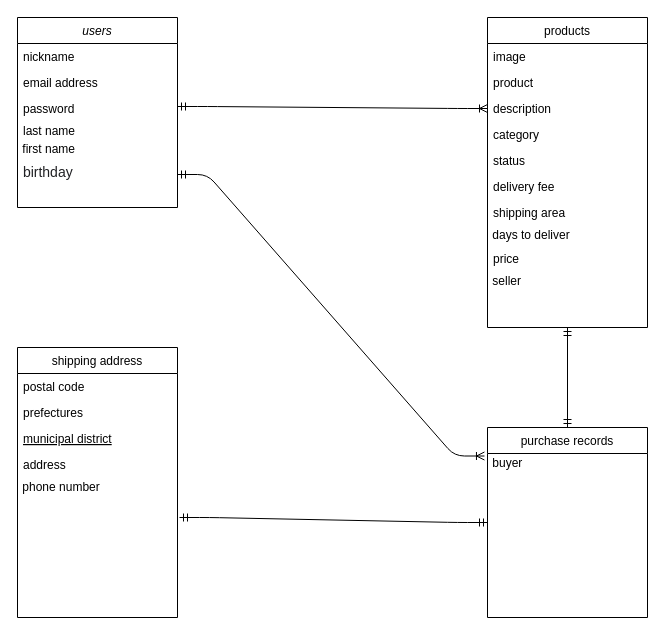
Earlier version of the draw.io diagram furima-34417.dio (orito0929/furima-34417). Source tidied: cells renumbered, new cells numbered last; positions are measured from the earlier drawing's top-left corner, leaving out a move shared by most shapes. Both pictures are drawn from the tidied source at 100%, with x=0, y=0 at pixel (17, 17).
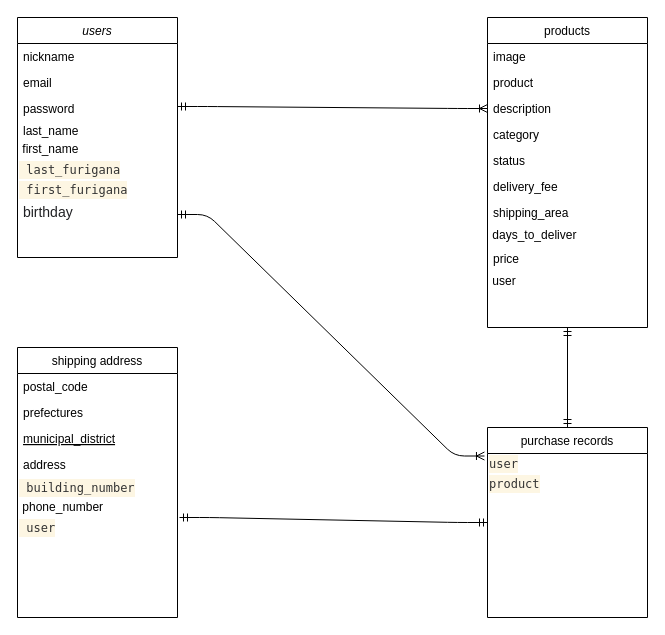
The same diagram, later.

Unchanged cells that the change refers to:
```xml
<mxCell id="10" value="shipping address" style="swimlane;fontStyle=0;align=center;verticalAlign=top;horizontal=1;startSize=26;rounded=0;shadow=0;strokeWidth=1;" parent="1" vertex="1">
  <mxGeometry y="330" width="160" height="270" as="geometry" />
</mxCell>
<mxCell id="16" value="purchase records" style="swimlane;fontStyle=0;align=center;verticalAlign=top;horizontal=1;startSize=26;rounded=0;shadow=0;strokeWidth=1;" parent="1" vertex="1">
  <mxGeometry x="470" y="410" width="160" height="190" as="geometry" />
</mxCell>
<mxCell id="18" value="products" style="swimlane;fontStyle=0;align=center;verticalAlign=top;horizontal=1;startSize=26;rounded=0;shadow=0;strokeWidth=1;" parent="1" vertex="1">
  <mxGeometry x="470" width="160" height="310" as="geometry" />
</mxCell>
```

Diff of the diagram source:
```diff
@@
     <mxCell id="2" value="users" style="swimlane;fontStyle=2;align=center;verticalAlign=top;horizontal=1;startSize=26;rounded=0;shadow=0;strokeWidth=1;" parent="1" vertex="1">
-      <mxGeometry width="160" height="190" as="geometry" />
+      <mxGeometry width="160" height="240" as="geometry" />
     </mxCell>
@@
-    <mxCell id="4" value="email address" style="text;align=left;verticalAlign=top;spacingLeft=4;spacingRight=4;overflow=hidden;rounded=0;shadow=0;html=0;" parent="2" vertex="1">
+    <mxCell id="4" value="email" style="text;align=left;verticalAlign=top;spacingLeft=4;spacingRight=4;overflow=hidden;rounded=0;shadow=0;html=0;" parent="2" vertex="1">
       <mxGeometry y="52" width="160" height="26" as="geometry" />
     </mxCell>
@@
-    <mxCell id="6" value="last name" style="text;align=left;verticalAlign=top;spacingLeft=4;spacingRight=4;overflow=hidden;" parent="2" vertex="1">
+    <mxCell id="6" value="last_name" style="text;align=left;verticalAlign=top;spacingLeft=4;spacingRight=4;overflow=hidden;" parent="2" vertex="1">
       <mxGeometry y="100" width="160" height="22" as="geometry" />
     </mxCell>
-    <mxCell id="7" value="&amp;nbsp;first name" style="text;html=1;strokeColor=none;fillColor=none;align=left;verticalAlign=middle;whiteSpace=wrap;rounded=0;labelPosition=center;verticalLabelPosition=middle;" parent="2" vertex="1">
+    <mxCell id="7" value="&amp;nbsp;first_name" style="text;html=1;strokeColor=none;fillColor=none;align=left;verticalAlign=middle;whiteSpace=wrap;rounded=0;labelPosition=center;verticalLabelPosition=middle;" parent="2" vertex="1">
       <mxGeometry y="122" width="160" height="20" as="geometry" />
     </mxCell>
+    <mxCell id="33" value="&lt;div style=&quot;color: rgb(51 , 51 , 51) ; background-color: rgb(253 , 246 , 227) ; font-family: &amp;#34;menlo&amp;#34; , &amp;#34;monaco&amp;#34; , &amp;#34;courier new&amp;#34; , monospace ; line-height: 18px&quot;&gt;&amp;nbsp;last_furigana&lt;/div&gt;" style="text;html=1;align=left;verticalAlign=middle;" parent="2" vertex="1">
+      <mxGeometry y="142" width="160" height="20" as="geometry" />
+    </mxCell>
+    <mxCell id="34" value="&lt;div style=&quot;color: rgb(51 , 51 , 51) ; background-color: rgb(253 , 246 , 227) ; font-family: &amp;#34;menlo&amp;#34; , &amp;#34;monaco&amp;#34; , &amp;#34;courier new&amp;#34; , monospace ; line-height: 18px&quot;&gt;&lt;div style=&quot;font-family: &amp;#34;menlo&amp;#34; , &amp;#34;monaco&amp;#34; , &amp;#34;courier new&amp;#34; , monospace ; line-height: 18px&quot;&gt;&amp;nbsp;first_furigana&lt;/div&gt;&lt;/div&gt;" style="text;html=1;align=left;verticalAlign=middle;" parent="2" vertex="1">
+      <mxGeometry y="162" width="160" height="20" as="geometry" />
+    </mxCell>
     <mxCell id="8" value="&lt;pre class=&quot;tw-data-text tw-text-large XcVN5d tw-ta&quot; id=&quot;tw-target-text&quot; style=&quot;font-size: 28px ; line-height: 36px ; border: none ; padding: 2px 0.14em 2px 0px ; position: relative ; margin-top: -2px ; margin-bottom: -2px ; resize: none ; font-family: inherit ; overflow: hidden ; width: 270px ; overflow-wrap: break-word ; color: rgb(32 , 33 , 36)&quot;&gt;&lt;span lang=&quot;en&quot; style=&quot;font-size: 14px&quot;&gt; birthday&lt;/span&gt;&lt;/pre&gt;" style="text;html=1;strokeColor=none;fillColor=none;align=left;verticalAlign=middle;whiteSpace=wrap;rounded=0;" parent="2" vertex="1">
-      <mxGeometry y="142" width="160" height="20" as="geometry" />
+      <mxGeometry y="182" width="160" height="20" as="geometry" />
     </mxCell>
     <mxCell id="9" style="line;html=1;strokeWidth=1;align=left;verticalAlign=middle;spacingTop=-1;spacingLeft=3;spacingRight=3;labelPosition=right;strokeColor=none;fillColor=none;" parent="2" vertex="1">
-      <mxGeometry y="162" width="160" height="8" as="geometry" />
+      <mxGeometry y="202" width="160" height="8" as="geometry" />
     </mxCell>
@@
-    <mxCell id="11" value="postal code" style="text;align=left;verticalAlign=top;spacingLeft=4;spacingRight=4;overflow=hidden;" parent="10" vertex="1">
+    <mxCell id="11" value="postal_code" style="text;align=left;verticalAlign=top;spacingLeft=4;spacingRight=4;overflow=hidden;" parent="10" vertex="1">
       <mxGeometry y="26" width="160" height="26" as="geometry" />
     </mxCell>
@@
-    <mxCell id="13" value="municipal district" style="text;align=left;verticalAlign=top;spacingLeft=4;spacingRight=4;overflow=hidden;fontStyle=4;" parent="10" vertex="1">
+    <mxCell id="13" value="municipal_district" style="text;align=left;verticalAlign=top;spacingLeft=4;spacingRight=4;overflow=hidden;fontStyle=4;" parent="10" vertex="1">
       <mxGeometry y="78" width="160" height="26" as="geometry" />
     </mxCell>
@@
+    <mxCell id="35" value="&lt;div style=&quot;color: rgb(51 , 51 , 51) ; background-color: rgb(253 , 246 , 227) ; font-family: &amp;#34;menlo&amp;#34; , &amp;#34;monaco&amp;#34; , &amp;#34;courier new&amp;#34; , monospace ; line-height: 18px&quot;&gt;&amp;nbsp;building_number&lt;/div&gt;" style="text;html=1;align=left;verticalAlign=middle;" parent="10" vertex="1">
+      <mxGeometry y="130" width="160" height="20" as="geometry" />
+    </mxCell>
-    <mxCell id="15" value="&amp;nbsp;phone number" style="text;html=1;strokeColor=none;fillColor=none;align=left;verticalAlign=middle;whiteSpace=wrap;rounded=0;" parent="10" vertex="1">
-      <mxGeometry y="130" width="160" height="20" as="geometry" />
+    <mxCell id="15" value="&amp;nbsp;phone_number" style="text;html=1;strokeColor=none;fillColor=none;align=left;verticalAlign=middle;whiteSpace=wrap;rounded=0;" parent="10" vertex="1">
+      <mxGeometry y="150" width="160" height="20" as="geometry" />
     </mxCell>
+    <mxCell id="36" value="&lt;div style=&quot;color: rgb(51 , 51 , 51) ; background-color: rgb(253 , 246 , 227) ; font-family: &amp;#34;menlo&amp;#34; , &amp;#34;monaco&amp;#34; , &amp;#34;courier new&amp;#34; , monospace ; line-height: 18px&quot;&gt;&amp;nbsp;user&lt;/div&gt;" style="text;html=1;align=left;verticalAlign=middle;" parent="10" vertex="1">
+      <mxGeometry y="170" width="160" height="20" as="geometry" />
+    </mxCell>
@@
-    <mxCell id="17" value="&amp;nbsp;buyer" style="text;html=1;align=left;verticalAlign=middle;" parent="16" vertex="1">
+    <mxCell id="17" value="&lt;div style=&quot;color: rgb(51 , 51 , 51) ; background-color: rgb(253 , 246 , 227) ; font-family: &amp;#34;menlo&amp;#34; , &amp;#34;monaco&amp;#34; , &amp;#34;courier new&amp;#34; , monospace ; line-height: 18px&quot;&gt;user&lt;/div&gt;" style="text;html=1;align=left;verticalAlign=middle;" parent="16" vertex="1">
       <mxGeometry y="26" width="160" height="20" as="geometry" />
     </mxCell>
+    <mxCell id="37" value="&lt;div style=&quot;color: rgb(51 , 51 , 51) ; background-color: rgb(253 , 246 , 227) ; font-family: &amp;#34;menlo&amp;#34; , &amp;#34;monaco&amp;#34; , &amp;#34;courier new&amp;#34; , monospace ; line-height: 18px&quot;&gt;product&lt;/div&gt;" style="text;html=1;align=left;verticalAlign=middle;" parent="16" vertex="1">
+      <mxGeometry y="46" width="160" height="20" as="geometry" />
+    </mxCell>
@@
-    <mxCell id="24" value="delivery fee" style="text;align=left;verticalAlign=top;spacingLeft=4;spacingRight=4;overflow=hidden;" parent="18" vertex="1">
+    <mxCell id="24" value="delivery_fee" style="text;align=left;verticalAlign=top;spacingLeft=4;spacingRight=4;overflow=hidden;" parent="18" vertex="1">
       <mxGeometry y="156" width="160" height="26" as="geometry" />
     </mxCell>
-    <mxCell id="25" value="shipping area" style="text;align=left;verticalAlign=top;spacingLeft=4;spacingRight=4;overflow=hidden;" parent="18" vertex="1">
+    <mxCell id="25" value="shipping_area" style="text;align=left;verticalAlign=top;spacingLeft=4;spacingRight=4;overflow=hidden;" parent="18" vertex="1">
       <mxGeometry y="182" width="160" height="26" as="geometry" />
     </mxCell>
-    <mxCell id="26" value="&amp;nbsp;days to deliver" style="text;html=1;strokeColor=none;fillColor=none;align=left;verticalAlign=middle;whiteSpace=wrap;rounded=0;" parent="18" vertex="1">
+    <mxCell id="26" value="&amp;nbsp;days_to_deliver" style="text;html=1;strokeColor=none;fillColor=none;align=left;verticalAlign=middle;whiteSpace=wrap;rounded=0;" parent="18" vertex="1">
       <mxGeometry y="208" width="160" height="20" as="geometry" />
     </mxCell>
@@
-    <mxCell id="28" value="&amp;nbsp;seller" style="text;html=1;align=left;verticalAlign=middle;" parent="18" vertex="1">
+    <mxCell id="28" value="&amp;nbsp;user" style="text;html=1;align=left;verticalAlign=middle;" parent="18" vertex="1">
       <mxGeometry y="254" width="160" height="20" as="geometry" />
     </mxCell>
```
